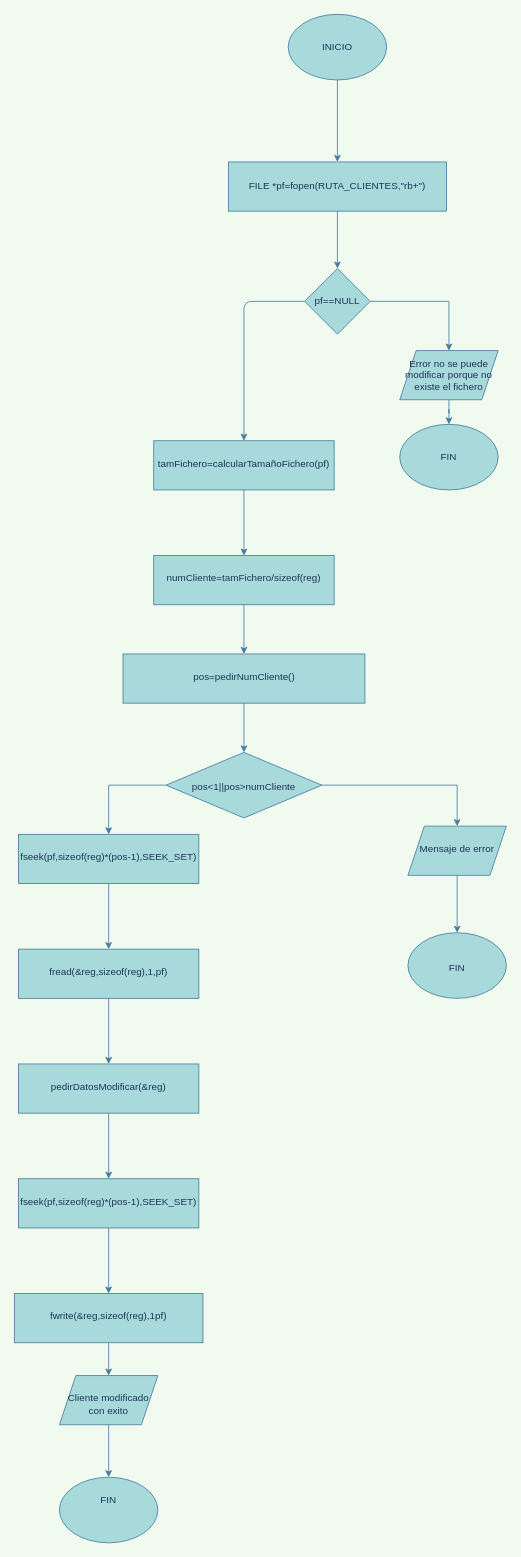
This is page "modificarCliente" (2 of 4) of ProyectoCXabierGarrote/ProyectoCXabierGarrote/OpcionesMenuClientes.drawio from xabier100/PROGRAMACION_Proyecto_Servicios, a draw.io file, before an edit. Source tidied: cells renumbered, new cells numbered last; positions are measured from the earlier drawing's top-left corner, leaving out a move shared by most shapes. Both pictures are drawn from the tidied source at 82%, with x=0, y=0 at pixel (14, 14).
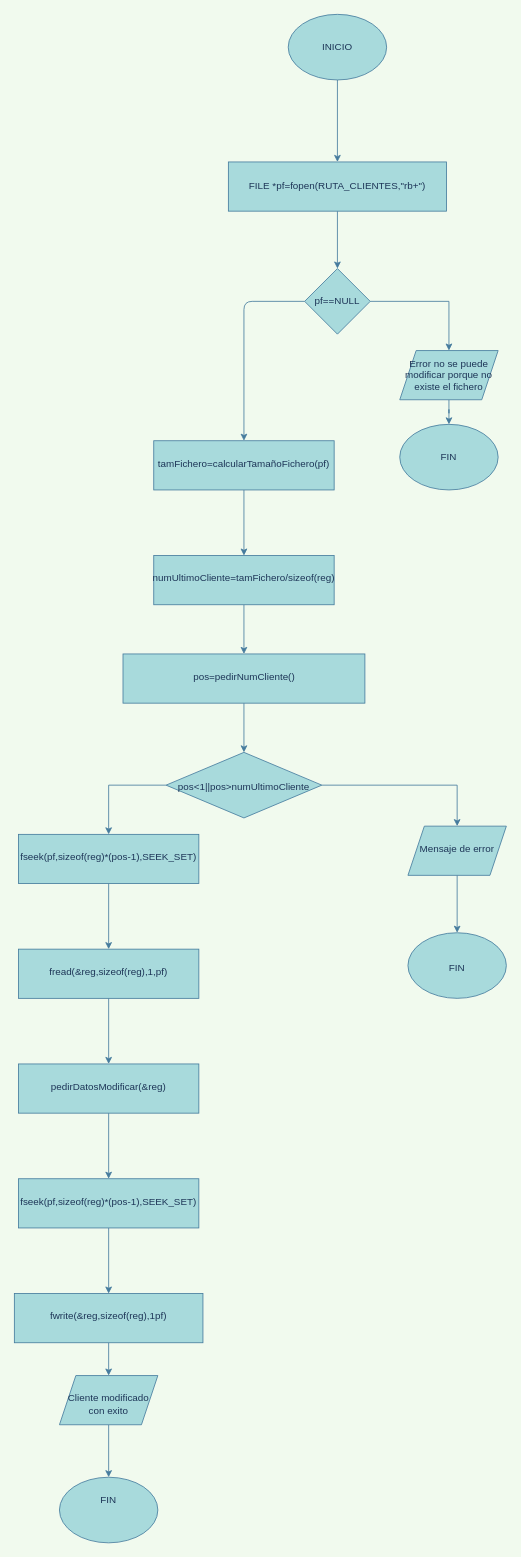
Above is the later version.

The edit, as a diff of the source:
```diff
@@
-    <mxCell id="30" value="&lt;br&gt;numCliente=tamFichero/sizeof(reg)" style="whiteSpace=wrap;html=1;rounded=0;fontColor=#1D3557;verticalAlign=top;strokeColor=#457B9D;fillColor=#A8DADC;sketch=0;" parent="1" vertex="1">
+    <mxCell id="30" value="&lt;br&gt;numUltimoCliente=tamFichero/sizeof(reg)" style="whiteSpace=wrap;html=1;rounded=0;fontColor=#1D3557;verticalAlign=top;strokeColor=#457B9D;fillColor=#A8DADC;sketch=0;" parent="1" vertex="1">
       <mxGeometry x="170" y="660" width="220" height="60" as="geometry" />
     </mxCell>
@@
-    <mxCell id="33" value="&lt;br&gt;&lt;br&gt;pos&amp;lt;1||pos&amp;gt;numCliente" style="rhombus;whiteSpace=wrap;html=1;rounded=0;fontColor=#1D3557;verticalAlign=top;strokeColor=#457B9D;fillColor=#A8DADC;sketch=0;" parent="1" vertex="1">
+    <mxCell id="33" value="&lt;br&gt;&lt;br&gt;pos&amp;lt;1||pos&amp;gt;numUltimoCliente" style="rhombus;whiteSpace=wrap;html=1;rounded=0;fontColor=#1D3557;verticalAlign=top;strokeColor=#457B9D;fillColor=#A8DADC;sketch=0;" parent="1" vertex="1">
       <mxGeometry x="185" y="900" width="190" height="80" as="geometry" />
     </mxCell>
```
